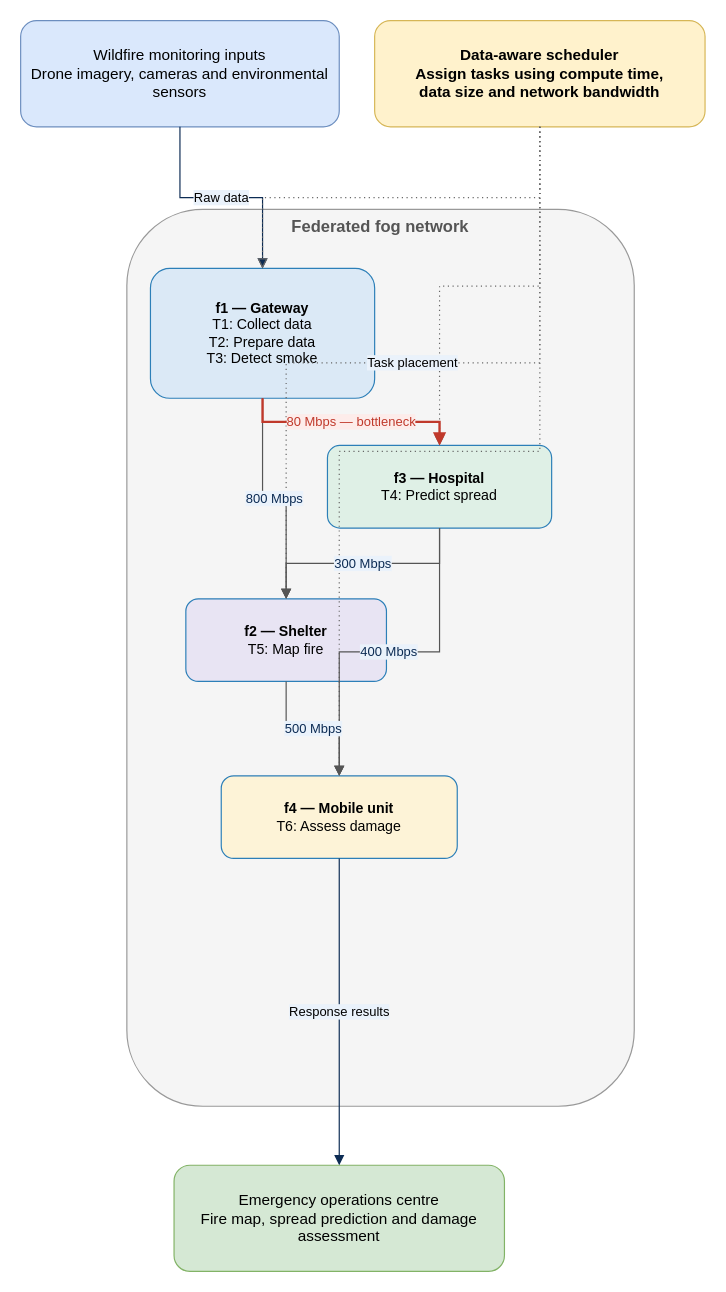
Before: paper/Figures/federated-fog-architecture.drawio in gayanigupta/data-aware-scheduling, a draw.io diagram. Source tidied: cells renumbered, new cells numbered last; positions are measured from the earlier drawing's top-left corner, leaving out a move shared by most shapes. Both pictures are drawn from the tidied source at 118%, with x=0, y=0 at pixel (20, 20).
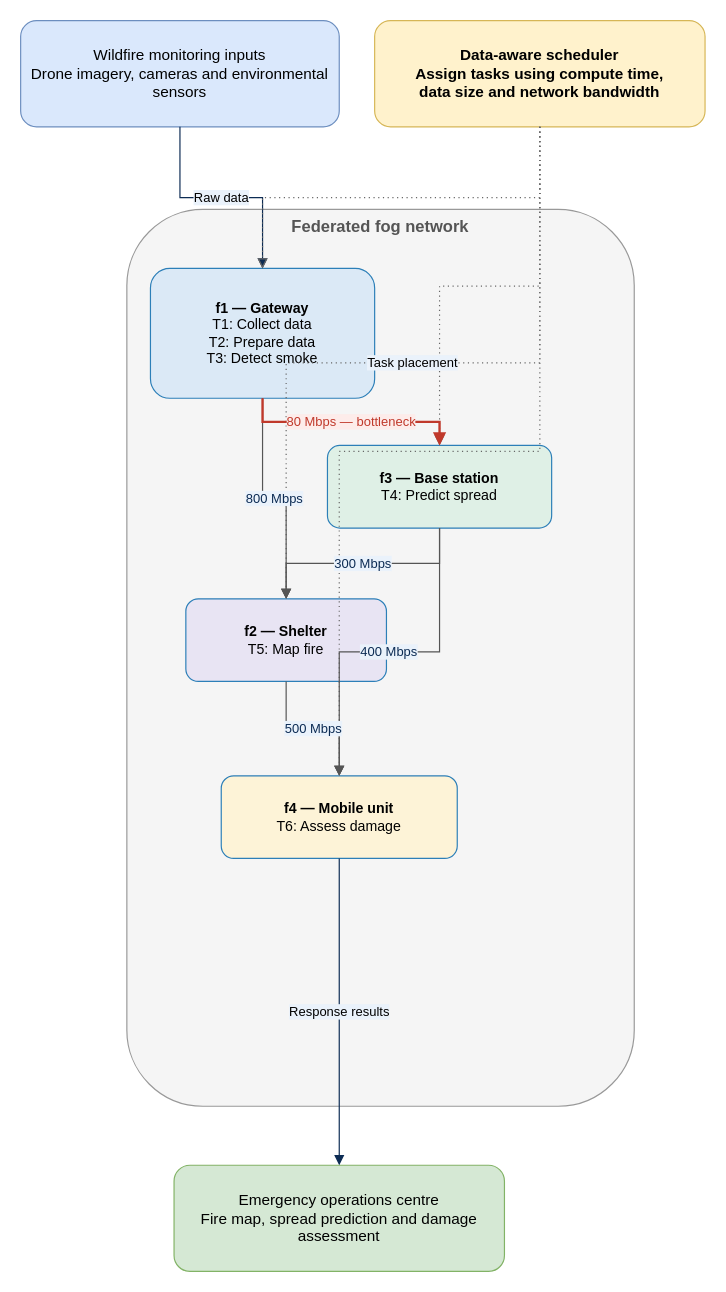
The same page after the edit.

Commit message (it also covers changes not shown here):
Rename hospital fog site to base station in Fig. 2 and text

Diff of the diagram source:
```diff
@@
-    <mxCell id="6" value="&lt;b&gt;f3 — Hospital&lt;/b&gt;&lt;br&gt;T4: Predict spread" style="rounded=1;whiteSpace=wrap;html=1;fillColor=#dff0e6;strokeColor=#2c7fb8;fontSize=12;align=center;" parent="1" vertex="1">
+    <mxCell id="6" value="&lt;b&gt;f3 — Base station&lt;/b&gt;&lt;br&gt;T4: Predict spread" style="rounded=1;whiteSpace=wrap;html=1;fillColor=#dff0e6;strokeColor=#2c7fb8;fontSize=12;align=center;" parent="1" vertex="1">
       <mxGeometry x="260" y="360" width="190" height="70" as="geometry" />
     </mxCell>
```
